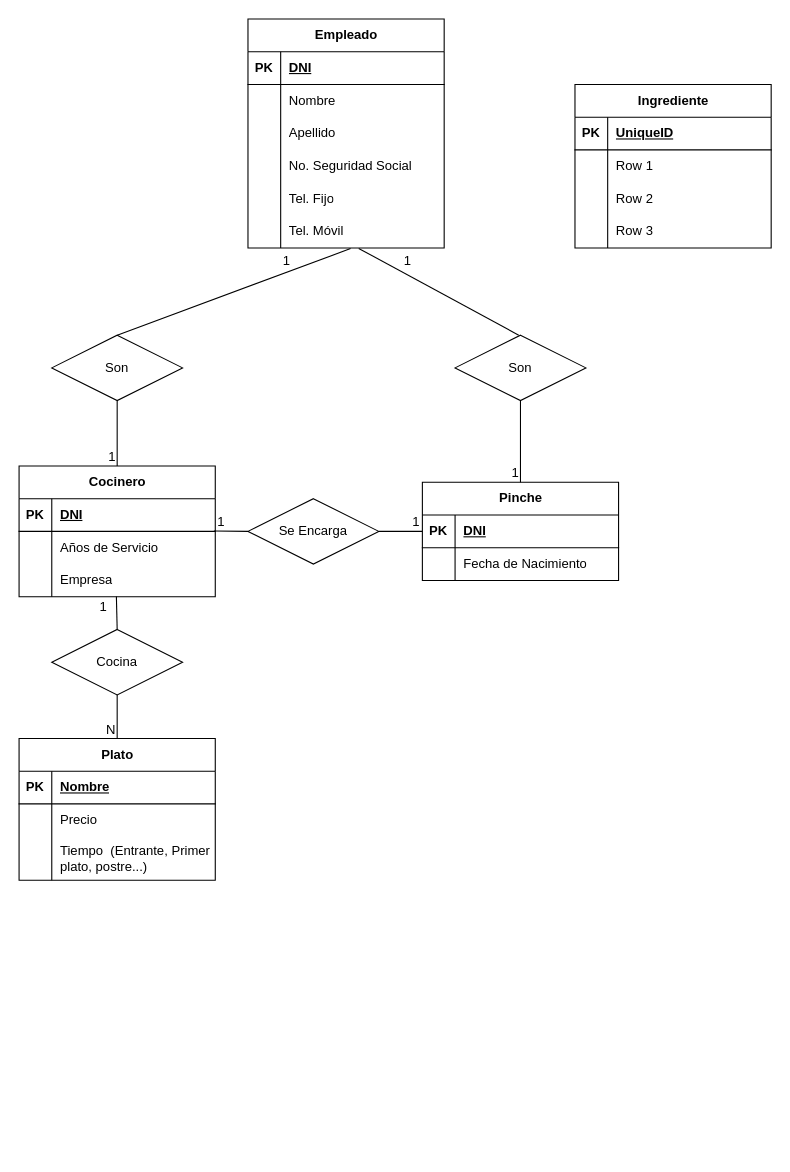
The draw.io diagram Ejercicio_13_Empresa_de_Comidas.drawio in BasementHalfStackDev/ejercicios-ud12, before the edit. Source tidied: cells renumbered, new cells numbered last; positions are measured from the earlier drawing's top-left corner, leaving out a move shared by most shapes. Both pictures are drawn from the tidied source at 109%, with x=0, y=0 at pixel (19, 19).
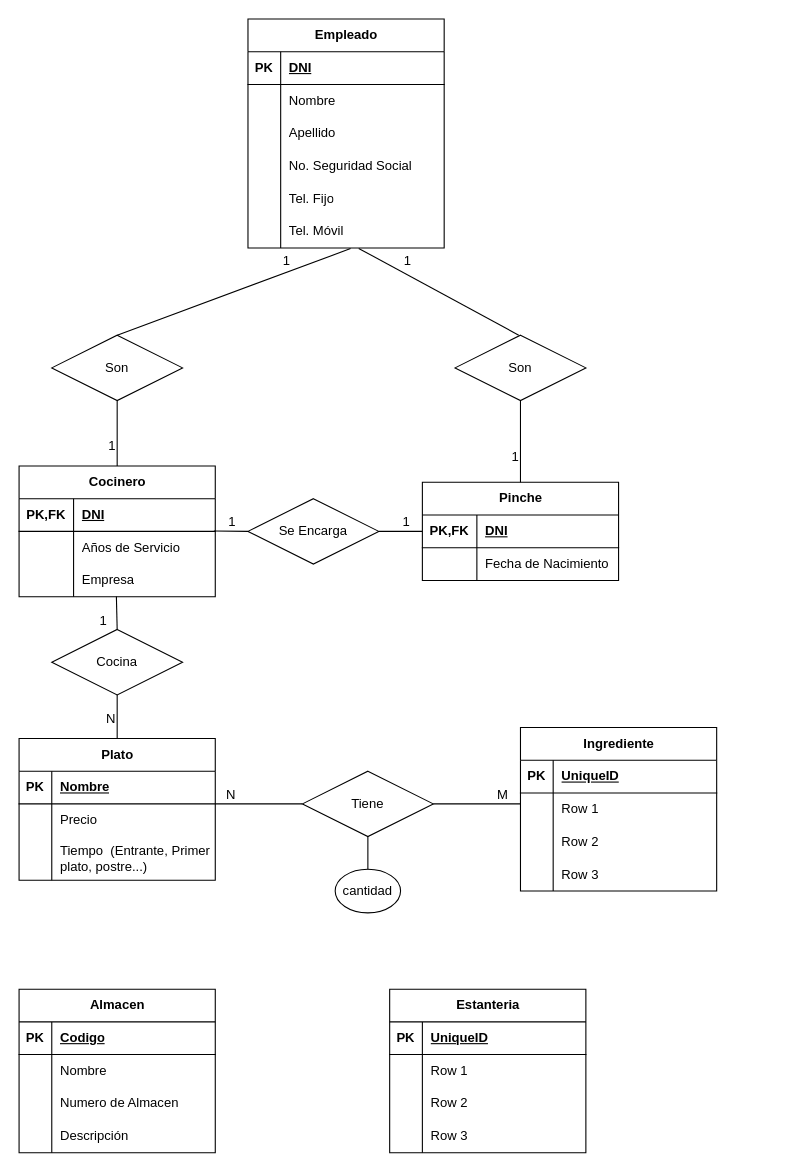
Above is the later version.

Unchanged cells that the change refers to:
```xml
<mxCell id="22" style="shape=tableRow;horizontal=0;startSize=0;swimlaneHead=0;swimlaneBody=0;fillColor=none;points=[[0,0.5],[1,0.5]];portConstraint=eastwest;top=0;left=0;right=0;bottom=1;" parent="21" vertex="1">
  <mxGeometry y="30" width="180" height="30" as="geometry" />
</mxCell>
<mxCell id="25" style="shape=tableRow;horizontal=0;startSize=0;swimlaneHead=0;swimlaneBody=0;fillColor=none;top=0;left=0;right=0;bottom=0;" parent="21" vertex="1">
  <mxGeometry y="60" width="180" height="30" as="geometry" />
</mxCell>
<mxCell id="29" style="shape=tableRow;horizontal=0;startSize=0;swimlaneHead=0;swimlaneBody=0;fillColor=none;top=0;left=0;right=0;bottom=1;" parent="28" vertex="1">
  <mxGeometry y="30" width="180" height="30" as="geometry" />
</mxCell>
<mxCell id="32" style="shape=tableRow;horizontal=0;startSize=0;swimlaneHead=0;swimlaneBody=0;fillColor=none;points=[[0,0.5],[1,0.5]];portConstraint=eastwest;top=0;left=0;right=0;bottom=0;" parent="28" vertex="1">
  <mxGeometry y="60" width="180" height="30" as="geometry" />
</mxCell>
<mxCell id="35" style="shape=tableRow;horizontal=0;startSize=0;swimlaneHead=0;swimlaneBody=0;fillColor=none;points=[[0,0.5],[1,0.5]];portConstraint=eastwest;top=0;left=0;right=0;bottom=0;" parent="28" vertex="1">
  <mxGeometry y="90" width="180" height="30" as="geometry" />
</mxCell>
<mxCell id="39" style="shape=tableRow;horizontal=0;startSize=0;swimlaneHead=0;swimlaneBody=0;fillColor=none;points=[[0,0.5],[1,0.5]];portConstraint=eastwest;top=0;left=0;right=0;bottom=1;" parent="38" vertex="1">
  <mxGeometry y="30" width="180" height="30" as="geometry" />
</mxCell>
<mxCell id="52" style="shape=tableRow;horizontal=0;startSize=0;swimlaneHead=0;swimlaneBody=0;fillColor=none;points=[[0,0.5],[1,0.5]];portConstraint=eastwest;top=0;left=0;right=0;bottom=0;" parent="48" vertex="1">
  <mxGeometry y="60" width="180" height="30" as="geometry" />
</mxCell>
<mxCell id="65" style="endArrow=none;html=1;rounded=0;entryX=0.5;entryY=0;entryDx=0;entryDy=0;exitX=0.5;exitY=1;exitDx=0;exitDy=0;" parent="1" edge="1" source="61" target="28">
  <mxGeometry relative="1" as="geometry" />
</mxCell>
<mxCell id="67" style="endArrow=none;html=1;rounded=0;entryX=0.5;entryY=0;entryDx=0;entryDy=0;exitX=0.5;exitY=1;exitDx=0;exitDy=0;" parent="1" edge="1" source="62" target="21">
  <mxGeometry relative="1" as="geometry" />
</mxCell>
<mxCell id="72" style="endArrow=none;html=1;rounded=0;entryX=0;entryY=0.5;entryDx=0;entryDy=0;exitX=1;exitY=0.5;exitDx=0;exitDy=0;" parent="1" edge="1" source="71" target="22">
  <mxGeometry relative="1" as="geometry" />
</mxCell>
<mxCell id="74" style="endArrow=none;html=1;rounded=0;entryX=0.993;entryY=-0.011;entryDx=0;entryDy=0;entryPerimeter=0;exitX=0;exitY=0.5;exitDx=0;exitDy=0;" parent="1" edge="1" source="71" target="32">
  <mxGeometry relative="1" as="geometry" />
</mxCell>
<mxCell id="77" style="endArrow=none;html=1;rounded=0;entryX=0.496;entryY=0.989;entryDx=0;entryDy=0;entryPerimeter=0;exitX=0.5;exitY=0;exitDx=0;exitDy=0;" parent="1" edge="1" source="76" target="35">
  <mxGeometry relative="1" as="geometry" />
</mxCell>
<mxCell id="79" style="endArrow=none;html=1;rounded=0;entryX=0.5;entryY=0;entryDx=0;entryDy=0;" parent="1" edge="1" target="38">
  <mxGeometry relative="1" as="geometry">
    <mxPoint x="90" y="620" as="sourcePoint" />
  </mxGeometry>
</mxCell>
```

Change to the diagram source:
```diff
@@
-    <mxCell id="23" value="PK" style="shape=partialRectangle;fillColor=none;top=0;left=0;bottom=0;right=0;fontStyle=1;overflow=hidden;whiteSpace=wrap;html=1;" parent="22" vertex="1">
-      <mxGeometry width="30" height="30" as="geometry" />
+    <mxCell id="23" value="PK,FK" style="shape=partialRectangle;fillColor=none;top=0;left=0;bottom=0;right=0;fontStyle=1;overflow=hidden;whiteSpace=wrap;html=1;" parent="22" vertex="1">
+      <mxGeometry width="50" height="30" as="geometry" />
     </mxCell>
     <mxCell id="24" value="DNI" style="shape=partialRectangle;fillColor=none;top=0;left=0;bottom=0;right=0;align=left;spacingLeft=6;fontStyle=5;overflow=hidden;whiteSpace=wrap;html=1;" parent="22" vertex="1">
-      <mxGeometry x="30" width="150" height="30" as="geometry" />
+      <mxGeometry x="50" width="130" height="30" as="geometry" />
     </mxCell>
@@
     <mxCell id="26" style="shape=partialRectangle;fillColor=none;top=0;left=0;bottom=0;right=0;overflow=hidden;whiteSpace=wrap;html=1;" parent="25" vertex="1">
-      <mxGeometry width="30" height="30" as="geometry" />
+      <mxGeometry width="50" height="30" as="geometry" />
     </mxCell>
     <mxCell id="27" value="Fecha de Nacimiento" style="shape=partialRectangle;fillColor=none;top=0;left=0;bottom=0;right=0;align=left;spacingLeft=6;overflow=hidden;whiteSpace=wrap;html=1;" parent="25" vertex="1">
-      <mxGeometry x="30" width="150" height="30" as="geometry" />
+      <mxGeometry x="50" width="130" height="30" as="geometry" />
     </mxCell>
@@
-    <mxCell id="30" value="PK" style="shape=partialRectangle;fillColor=none;top=0;left=0;bottom=0;right=0;fontStyle=1;overflow=hidden;whiteSpace=wrap;html=1;" parent="29" vertex="1">
-      <mxGeometry width="30" height="30" as="geometry" />
+    <mxCell id="30" value="PK,FK" style="shape=partialRectangle;fillColor=none;top=0;left=0;bottom=0;right=0;fontStyle=1;overflow=hidden;whiteSpace=wrap;html=1;" parent="29" vertex="1">
+      <mxGeometry width="50" height="30" as="geometry" />
     </mxCell>
     <mxCell id="31" value="DNI" style="shape=partialRectangle;fillColor=none;top=0;left=0;bottom=0;right=0;align=left;spacingLeft=6;fontStyle=5;overflow=hidden;whiteSpace=wrap;html=1;" parent="29" vertex="1">
-      <mxGeometry x="30" width="150" height="30" as="geometry" />
+      <mxGeometry x="50" width="130" height="30" as="geometry" />
     </mxCell>
@@
     <mxCell id="33" style="shape=partialRectangle;fillColor=none;top=0;left=0;bottom=0;right=0;overflow=hidden;whiteSpace=wrap;html=1;" parent="32" vertex="1">
-      <mxGeometry width="30" height="30" as="geometry" />
+      <mxGeometry width="50" height="30" as="geometry" />
     </mxCell>
     <mxCell id="34" value="Años de Servicio" style="shape=partialRectangle;fillColor=none;top=0;left=0;bottom=0;right=0;align=left;spacingLeft=6;overflow=hidden;whiteSpace=wrap;html=1;" parent="32" vertex="1">
-      <mxGeometry x="30" width="150" height="30" as="geometry" />
+      <mxGeometry x="50" width="130" height="30" as="geometry" />
     </mxCell>
@@
     <mxCell id="36" style="shape=partialRectangle;fillColor=none;top=0;left=0;bottom=0;right=0;overflow=hidden;whiteSpace=wrap;html=1;" parent="35" vertex="1">
-      <mxGeometry width="30" height="30" as="geometry" />
+      <mxGeometry width="50" height="30" as="geometry" />
     </mxCell>
     <mxCell id="37" value="Empresa" style="shape=partialRectangle;fillColor=none;top=0;left=0;bottom=0;right=0;align=left;spacingLeft=6;overflow=hidden;whiteSpace=wrap;html=1;" parent="35" vertex="1">
-      <mxGeometry x="30" width="150" height="30" as="geometry" />
+      <mxGeometry x="50" width="130" height="30" as="geometry" />
     </mxCell>
@@
     <mxCell id="48" value="Ingrediente" style="shape=table;startSize=30;childLayout=tableLayout;rowLines=0;fontStyle=1;align=center;html=1;" parent="1" vertex="1">
-      <mxGeometry x="510" y="60" width="180" height="150" as="geometry" />
+      <mxGeometry x="460" y="650" width="180" height="150" as="geometry" />
     </mxCell>
@@
     <mxCell id="66" value="1" style="html=1;whiteSpace=wrap;align=right;verticalAlign=bottom;" parent="65" vertex="1">
-      <mxGeometry x="1" relative="1" as="geometry" />
+      <mxGeometry x="1" relative="1" as="geometry">
+        <mxPoint y="-10" as="offset" />
+      </mxGeometry>
     </mxCell>
@@
     <mxCell id="68" value="1" style="html=1;whiteSpace=wrap;align=right;verticalAlign=bottom;" parent="67" vertex="1">
-      <mxGeometry x="1" relative="1" as="geometry" />
+      <mxGeometry x="1" relative="1" as="geometry">
+        <mxPoint y="-15" as="offset" />
+      </mxGeometry>
     </mxCell>
@@
     <mxCell id="73" value="1" style="html=1;whiteSpace=wrap;align=right;verticalAlign=bottom;" parent="72" vertex="1">
       <mxGeometry x="1" relative="1" as="geometry">
-        <mxPoint x="-1" as="offset" />
+        <mxPoint x="-10" as="offset" />
       </mxGeometry>
     </mxCell>
@@
     <mxCell id="75" value="1" style="html=1;whiteSpace=wrap;align=right;verticalAlign=bottom;" parent="74" vertex="1">
       <mxGeometry x="1" relative="1" as="geometry">
-        <mxPoint x="11" as="offset" />
+        <mxPoint x="21" as="offset" />
       </mxGeometry>
     </mxCell>
@@
     <mxCell id="78" value="1" style="html=1;whiteSpace=wrap;align=right;verticalAlign=bottom;" parent="77" vertex="1">
       <mxGeometry x="1" relative="1" as="geometry">
-        <mxPoint x="-7" y="18" as="offset" />
+        <mxPoint x="-7" y="30" as="offset" />
       </mxGeometry>
     </mxCell>
@@
     <mxCell id="80" value="N" style="html=1;whiteSpace=wrap;align=right;verticalAlign=bottom;" parent="79" vertex="1">
-      <mxGeometry x="1" relative="1" as="geometry" />
+      <mxGeometry x="1" relative="1" as="geometry">
+        <mxPoint y="-10" as="offset" />
+      </mxGeometry>
     </mxCell>
+    <mxCell id="81" value="Tiene" style="shape=rhombus;perimeter=rhombusPerimeter;whiteSpace=wrap;html=1;align=center;" parent="1" vertex="1">
+      <mxGeometry x="260" y="690" width="120" height="60" as="geometry" />
+    </mxCell>
+    <mxCell id="82" value="cantidad" style="ellipse;whiteSpace=wrap;html=1;" parent="1" vertex="1">
+      <mxGeometry x="290" y="780" width="60" height="40" as="geometry" />
+    </mxCell>
+    <mxCell id="83" style="endArrow=none;html=1;rounded=0;entryX=0.5;entryY=1;entryDx=0;entryDy=0;exitX=0.5;exitY=0;exitDx=0;exitDy=0;" parent="1" edge="1" source="82" target="81">
+      <mxGeometry relative="1" as="geometry" />
+    </mxCell>
+    <mxCell id="84" style="endArrow=none;html=1;rounded=0;entryX=1.001;entryY=1;entryDx=0;entryDy=0;entryPerimeter=0;exitX=0;exitY=0.5;exitDx=0;exitDy=0;" parent="1" edge="1" source="81" target="39">
+      <mxGeometry relative="1" as="geometry" />
+    </mxCell>
+    <mxCell id="85" value="N" style="html=1;whiteSpace=wrap;align=right;verticalAlign=bottom;" parent="84" vertex="1">
+      <mxGeometry x="1" relative="1" as="geometry">
+        <mxPoint x="20" as="offset" />
+      </mxGeometry>
+    </mxCell>
+    <mxCell id="86" style="endArrow=none;html=1;rounded=0;entryX=0;entryY=0.333;entryDx=0;entryDy=0;entryPerimeter=0;exitX=1;exitY=0.5;exitDx=0;exitDy=0;" parent="1" edge="1" source="81" target="52">
+      <mxGeometry relative="1" as="geometry" />
+    </mxCell>
+    <mxCell id="87" value="M" style="html=1;whiteSpace=wrap;align=right;verticalAlign=bottom;" parent="86" vertex="1">
+      <mxGeometry x="1" relative="1" as="geometry">
+        <mxPoint x="-10" as="offset" />
+      </mxGeometry>
+    </mxCell>
+    <mxCell id="88" value="Almacen" style="shape=table;startSize=30;childLayout=tableLayout;rowLines=0;fontStyle=1;align=center;html=1;" parent="1" vertex="1">
+      <mxGeometry y="890" width="180" height="150" as="geometry" />
+    </mxCell>
+    <mxCell id="89" style="shape=tableRow;horizontal=0;startSize=0;swimlaneHead=0;swimlaneBody=0;fillColor=none;top=0;left=0;right=0;bottom=1;" parent="88" vertex="1">
+      <mxGeometry y="30" width="180" height="30" as="geometry" />
+    </mxCell>
+    <mxCell id="90" value="PK" style="shape=partialRectangle;fillColor=none;top=0;left=0;bottom=0;right=0;fontStyle=1;overflow=hidden;whiteSpace=wrap;html=1;" parent="89" vertex="1">
+      <mxGeometry width="30" height="30" as="geometry" />
+    </mxCell>
+    <mxCell id="91" value="Codigo" style="shape=partialRectangle;fillColor=none;top=0;left=0;bottom=0;right=0;align=left;spacingLeft=6;fontStyle=5;overflow=hidden;whiteSpace=wrap;html=1;" parent="89" vertex="1">
+      <mxGeometry x="30" width="150" height="30" as="geometry" />
+    </mxCell>
+    <mxCell id="92" style="shape=tableRow;horizontal=0;startSize=0;swimlaneHead=0;swimlaneBody=0;fillColor=none;top=0;left=0;right=0;bottom=0;" parent="88" vertex="1">
+      <mxGeometry y="60" width="180" height="30" as="geometry" />
+    </mxCell>
+    <mxCell id="93" style="shape=partialRectangle;fillColor=none;top=0;left=0;bottom=0;right=0;overflow=hidden;whiteSpace=wrap;html=1;" parent="92" vertex="1">
+      <mxGeometry width="30" height="30" as="geometry" />
+    </mxCell>
+    <mxCell id="94" value="Nombre" style="shape=partialRectangle;fillColor=none;top=0;left=0;bottom=0;right=0;align=left;spacingLeft=6;overflow=hidden;whiteSpace=wrap;html=1;" parent="92" vertex="1">
+      <mxGeometry x="30" width="150" height="30" as="geometry" />
+    </mxCell>
+    <mxCell id="95" style="shape=tableRow;horizontal=0;startSize=0;swimlaneHead=0;swimlaneBody=0;fillColor=none;top=0;left=0;right=0;bottom=0;" parent="88" vertex="1">
+      <mxGeometry y="90" width="180" height="30" as="geometry" />
+    </mxCell>
+    <mxCell id="96" style="shape=partialRectangle;fillColor=none;top=0;left=0;bottom=0;right=0;overflow=hidden;whiteSpace=wrap;html=1;" parent="95" vertex="1">
+      <mxGeometry width="30" height="30" as="geometry" />
+    </mxCell>
+    <mxCell id="97" value="Numero de Almacen" style="shape=partialRectangle;fillColor=none;top=0;left=0;bottom=0;right=0;align=left;spacingLeft=6;overflow=hidden;whiteSpace=wrap;html=1;" parent="95" vertex="1">
+      <mxGeometry x="30" width="150" height="30" as="geometry" />
+    </mxCell>
+    <mxCell id="98" style="shape=tableRow;horizontal=0;startSize=0;swimlaneHead=0;swimlaneBody=0;fillColor=none;top=0;left=0;right=0;bottom=0;" parent="88" vertex="1">
+      <mxGeometry y="120" width="180" height="30" as="geometry" />
+    </mxCell>
+    <mxCell id="99" style="shape=partialRectangle;fillColor=none;top=0;left=0;bottom=0;right=0;overflow=hidden;whiteSpace=wrap;html=1;" parent="98" vertex="1">
+      <mxGeometry width="30" height="30" as="geometry" />
+    </mxCell>
+    <mxCell id="100" value="Descripción" style="shape=partialRectangle;fillColor=none;top=0;left=0;bottom=0;right=0;align=left;spacingLeft=6;overflow=hidden;whiteSpace=wrap;html=1;" parent="98" vertex="1">
+      <mxGeometry x="30" width="150" height="30" as="geometry" />
+    </mxCell>
+    <mxCell id="101" value="Estanteria" style="shape=table;startSize=30;childLayout=tableLayout;rowLines=0;fontStyle=1;align=center;html=1;" parent="1" vertex="1">
+      <mxGeometry x="340" y="890" width="180" height="150" as="geometry" />
+    </mxCell>
+    <mxCell id="102" style="shape=tableRow;horizontal=0;startSize=0;swimlaneHead=0;swimlaneBody=0;fillColor=none;top=0;left=0;right=0;bottom=1;" parent="101" vertex="1">
+      <mxGeometry y="30" width="180" height="30" as="geometry" />
+    </mxCell>
+    <mxCell id="103" value="PK" style="shape=partialRectangle;fillColor=none;top=0;left=0;bottom=0;right=0;fontStyle=1;overflow=hidden;whiteSpace=wrap;html=1;" parent="102" vertex="1">
+      <mxGeometry width="30" height="30" as="geometry" />
+    </mxCell>
+    <mxCell id="104" value="UniqueID" style="shape=partialRectangle;fillColor=none;top=0;left=0;bottom=0;right=0;align=left;spacingLeft=6;fontStyle=5;overflow=hidden;whiteSpace=wrap;html=1;" parent="102" vertex="1">
+      <mxGeometry x="30" width="150" height="30" as="geometry" />
+    </mxCell>
+    <mxCell id="105" style="shape=tableRow;horizontal=0;startSize=0;swimlaneHead=0;swimlaneBody=0;fillColor=none;top=0;left=0;right=0;bottom=0;" parent="101" vertex="1">
+      <mxGeometry y="60" width="180" height="30" as="geometry" />
+    </mxCell>
+    <mxCell id="106" style="shape=partialRectangle;fillColor=none;top=0;left=0;bottom=0;right=0;overflow=hidden;whiteSpace=wrap;html=1;" parent="105" vertex="1">
+      <mxGeometry width="30" height="30" as="geometry" />
+    </mxCell>
+    <mxCell id="107" value="Row 1" style="shape=partialRectangle;fillColor=none;top=0;left=0;bottom=0;right=0;align=left;spacingLeft=6;overflow=hidden;whiteSpace=wrap;html=1;" parent="105" vertex="1">
+      <mxGeometry x="30" width="150" height="30" as="geometry" />
+    </mxCell>
+    <mxCell id="108" style="shape=tableRow;horizontal=0;startSize=0;swimlaneHead=0;swimlaneBody=0;fillColor=none;top=0;left=0;right=0;bottom=0;" parent="101" vertex="1">
+      <mxGeometry y="90" width="180" height="30" as="geometry" />
+    </mxCell>
+    <mxCell id="109" style="shape=partialRectangle;fillColor=none;top=0;left=0;bottom=0;right=0;overflow=hidden;whiteSpace=wrap;html=1;" parent="108" vertex="1">
+      <mxGeometry width="30" height="30" as="geometry" />
+    </mxCell>
+    <mxCell id="110" value="Row 2" style="shape=partialRectangle;fillColor=none;top=0;left=0;bottom=0;right=0;align=left;spacingLeft=6;overflow=hidden;whiteSpace=wrap;html=1;" parent="108" vertex="1">
+      <mxGeometry x="30" width="150" height="30" as="geometry" />
+    </mxCell>
+    <mxCell id="111" style="shape=tableRow;horizontal=0;startSize=0;swimlaneHead=0;swimlaneBody=0;fillColor=none;top=0;left=0;right=0;bottom=0;" parent="101" vertex="1">
+      <mxGeometry y="120" width="180" height="30" as="geometry" />
+    </mxCell>
+    <mxCell id="112" style="shape=partialRectangle;fillColor=none;top=0;left=0;bottom=0;right=0;overflow=hidden;whiteSpace=wrap;html=1;" parent="111" vertex="1">
+      <mxGeometry width="30" height="30" as="geometry" />
+    </mxCell>
+    <mxCell id="113" value="Row 3" style="shape=partialRectangle;fillColor=none;top=0;left=0;bottom=0;right=0;align=left;spacingLeft=6;overflow=hidden;whiteSpace=wrap;html=1;" parent="111" vertex="1">
+      <mxGeometry x="30" width="150" height="30" as="geometry" />
+    </mxCell>
```
